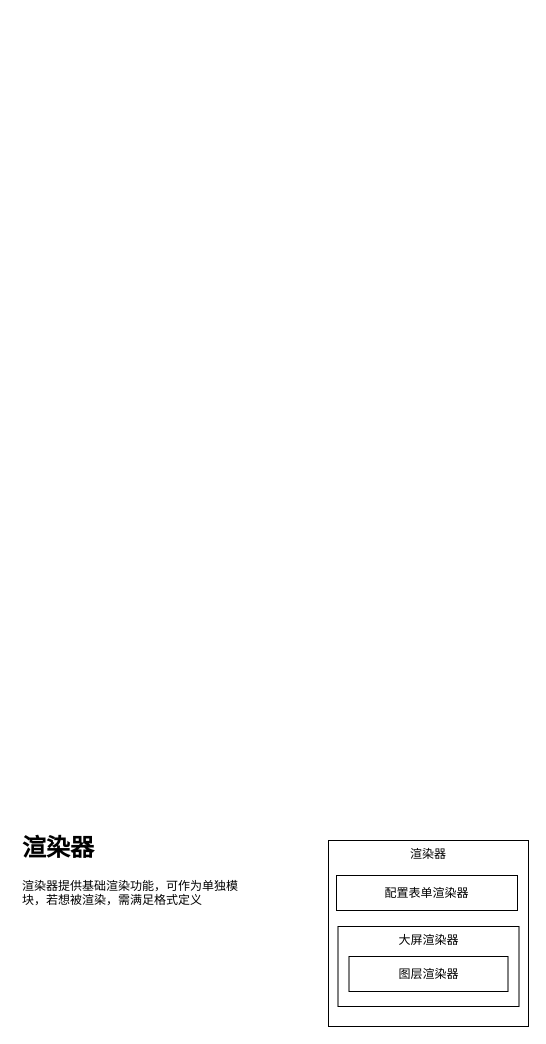
This is docs/design.drawio from babyhzz/h-editor, a draw.io file, before an edit. Source tidied: cells renumbered, new cells numbered last; positions are measured from the earlier drawing's top-left corner, leaving out a move shared by most shapes. Both pictures are drawn from the tidied source at 100%, with x=0, y=0 at pixel (17, 828).
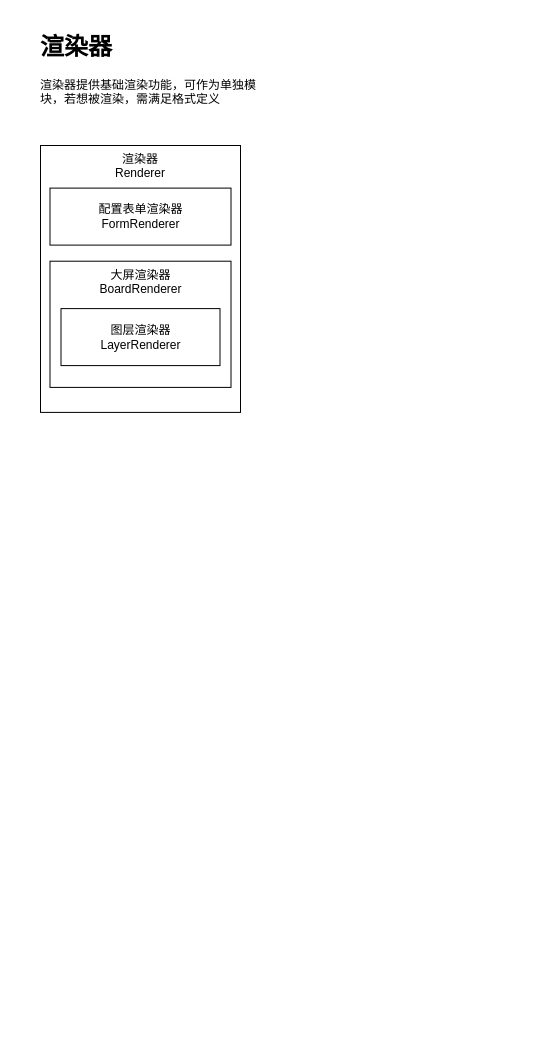
After the change.

Diff of the diagram source:
```diff
@@
 <mxGraphModel>
   <root>
     <mxCell id="0" />
     <mxCell id="1" parent="0" />
     <mxCell id="2" value="&lt;h1&gt;渲染器&lt;/h1&gt;&lt;div&gt;渲染器提供基础渲染功能，可作为单独模块，若想被渲染，需满足格式定义&lt;/div&gt;" style="text;html=1;strokeColor=none;fillColor=none;spacing=5;spacingTop=-20;whiteSpace=wrap;overflow=hidden;rounded=0;" parent="1" vertex="1">
-      <mxGeometry width="236" height="120" as="geometry" />
+      <mxGeometry x="18" y="-801" width="236" height="120" as="geometry" />
     </mxCell>
     <mxCell id="3" style="group;" parent="1" vertex="1">
-      <mxGeometry x="311" y="12" width="200" height="186" as="geometry" />
+      <mxGeometry x="23" y="-683" width="200" height="303" as="geometry" />
     </mxCell>
-    <mxCell id="4" value="渲染器" style="rounded=0;whiteSpace=wrap;html=1;labelPosition=center;verticalLabelPosition=middle;align=center;verticalAlign=top;" parent="3" vertex="1">
-      <mxGeometry width="200" height="186" as="geometry" />
+    <mxCell id="4" value="渲染器&lt;br&gt;Renderer" style="rounded=0;whiteSpace=wrap;html=1;labelPosition=center;verticalLabelPosition=middle;align=center;verticalAlign=top;" parent="3" vertex="1">
+      <mxGeometry width="200" height="266.9" as="geometry" />
     </mxCell>
-    <mxCell id="5" value="配置表单渲染器" style="rounded=0;whiteSpace=wrap;html=1;" parent="3" vertex="1">
-      <mxGeometry x="8" y="35" width="181" height="35" as="geometry" />
+    <mxCell id="5" value="配置表单渲染器&lt;br&gt;FormRenderer" style="rounded=0;whiteSpace=wrap;html=1;" parent="3" vertex="1">
+      <mxGeometry x="9.5" y="42.6" width="181" height="57" as="geometry" />
     </mxCell>
-    <mxCell id="6" value="大屏渲染器" style="rounded=0;whiteSpace=wrap;html=1;horizontal=1;labelPosition=center;verticalLabelPosition=middle;align=center;verticalAlign=top;" parent="3" vertex="1">
-      <mxGeometry x="9.5" y="86" width="181" height="80" as="geometry" />
+    <mxCell id="6" value="大屏渲染器&lt;br&gt;BoardRenderer" style="rounded=0;whiteSpace=wrap;html=1;horizontal=1;labelPosition=center;verticalLabelPosition=middle;align=center;verticalAlign=top;" parent="3" vertex="1">
+      <mxGeometry x="9.5" y="115.7" width="181" height="126.2" as="geometry" />
     </mxCell>
-    <mxCell id="7" value="图层渲染器" style="rounded=0;whiteSpace=wrap;html=1;" parent="3" vertex="1">
-      <mxGeometry x="20.5" y="116" width="159" height="35" as="geometry" />
+    <mxCell id="7" value="图层渲染器&lt;br&gt;LayerRenderer" style="rounded=0;whiteSpace=wrap;html=1;" parent="3" vertex="1">
+      <mxGeometry x="20.5" y="163.1" width="159" height="57" as="geometry" />
     </mxCell>
   </root>
 </mxGraphModel>
```
